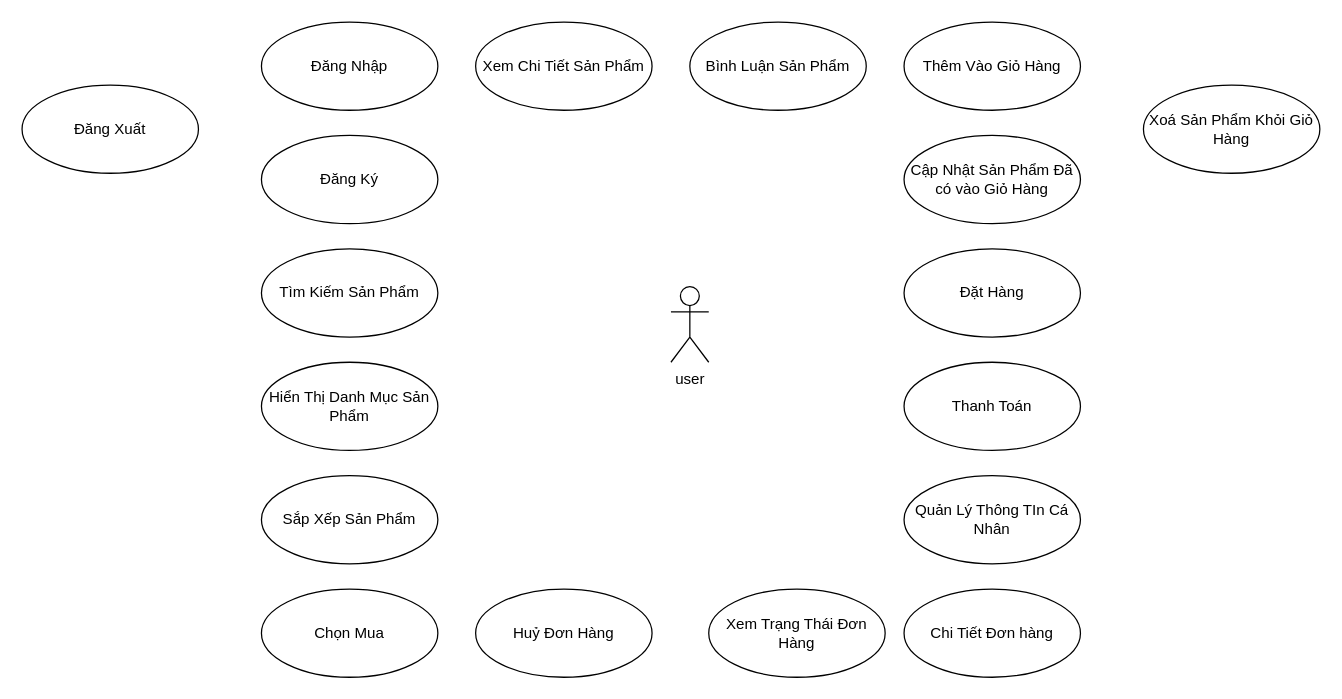
This is UseCase.drawio from AnPH13/ANDROID, a draw.io file, before an edit. Source tidied: cells renumbered, new cells numbered last; positions are measured from the earlier drawing's top-left corner, leaving out a move shared by most shapes. Both pictures are drawn from the tidied source at 126%, with x=0, y=0 at pixel (21, 21).
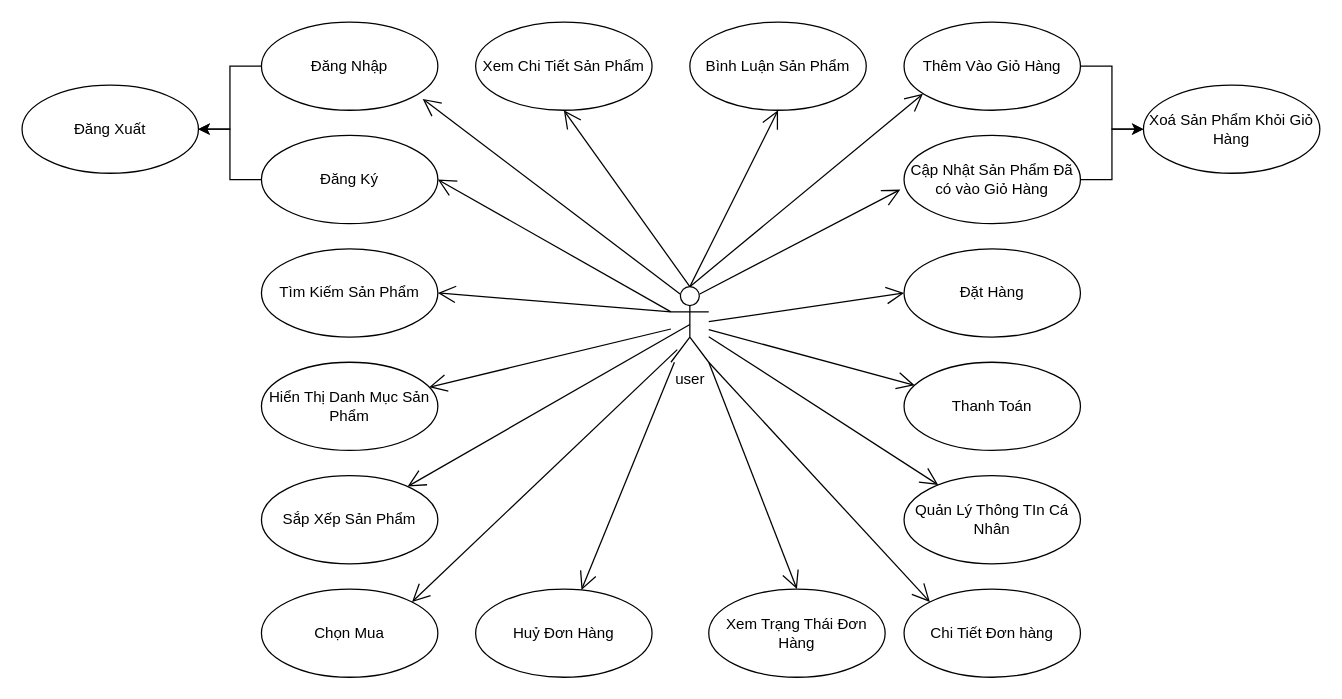
After the change.

The change refers to these unchanged cells:
```xml
<mxCell id="2" value="user&lt;br&gt;" style="shape=umlActor;verticalLabelPosition=bottom;verticalAlign=top;html=1;outlineConnect=0;" parent="1" vertex="1">
  <mxGeometry x="515" y="210" width="30" height="60" as="geometry" />
</mxCell>
<mxCell id="3" value="Đăng Nhập" style="ellipse;whiteSpace=wrap;html=1;" parent="1" vertex="1">
  <mxGeometry x="190" width="140" height="70" as="geometry" />
</mxCell>
<mxCell id="4" value="Đăng Ký" style="ellipse;whiteSpace=wrap;html=1;" parent="1" vertex="1">
  <mxGeometry x="190" y="90" width="140" height="70" as="geometry" />
</mxCell>
<mxCell id="5" value="Đăng Xuất" style="ellipse;whiteSpace=wrap;html=1;" parent="1" vertex="1">
  <mxGeometry y="50" width="140" height="70" as="geometry" />
</mxCell>
<mxCell id="6" value="Tìm Kiếm Sản Phẩm" style="ellipse;whiteSpace=wrap;html=1;" parent="1" vertex="1">
  <mxGeometry x="190" y="180" width="140" height="70" as="geometry" />
</mxCell>
<mxCell id="7" value="Hiển Thị Danh Mục Sản Phẩm" style="ellipse;whiteSpace=wrap;html=1;" parent="1" vertex="1">
  <mxGeometry x="190" y="270" width="140" height="70" as="geometry" />
</mxCell>
<mxCell id="8" value="Sắp Xếp Sản Phẩm" style="ellipse;whiteSpace=wrap;html=1;" parent="1" vertex="1">
  <mxGeometry x="190" y="360" width="140" height="70" as="geometry" />
</mxCell>
<mxCell id="9" value="Chọn Mua" style="ellipse;whiteSpace=wrap;html=1;" parent="1" vertex="1">
  <mxGeometry x="190" y="450" width="140" height="70" as="geometry" />
</mxCell>
<mxCell id="10" value="Xem Chi Tiết Sản Phẩm" style="ellipse;whiteSpace=wrap;html=1;" parent="1" vertex="1">
  <mxGeometry x="360" width="140" height="70" as="geometry" />
</mxCell>
<mxCell id="11" value="Bình Luận Sản Phẩm" style="ellipse;whiteSpace=wrap;html=1;" parent="1" vertex="1">
  <mxGeometry x="530" width="140" height="70" as="geometry" />
</mxCell>
<mxCell id="12" value="Thêm Vào Giỏ Hàng" style="ellipse;whiteSpace=wrap;html=1;" parent="1" vertex="1">
  <mxGeometry x="700" width="140" height="70" as="geometry" />
</mxCell>
<mxCell id="13" value="Cập Nhật Sản Phẩm Đã có vào Giỏ Hàng" style="ellipse;whiteSpace=wrap;html=1;" parent="1" vertex="1">
  <mxGeometry x="700" y="90" width="140" height="70" as="geometry" />
</mxCell>
<mxCell id="14" value="Xoá Sản Phẩm Khỏi Giỏ Hàng" style="ellipse;whiteSpace=wrap;html=1;" parent="1" vertex="1">
  <mxGeometry x="890" y="50" width="140" height="70" as="geometry" />
</mxCell>
<mxCell id="15" value="Đặt Hàng" style="ellipse;whiteSpace=wrap;html=1;" parent="1" vertex="1">
  <mxGeometry x="700" y="180" width="140" height="70" as="geometry" />
</mxCell>
<mxCell id="16" value="Thanh Toán" style="ellipse;whiteSpace=wrap;html=1;" parent="1" vertex="1">
  <mxGeometry x="700" y="270" width="140" height="70" as="geometry" />
</mxCell>
<mxCell id="17" value="Quản Lý Thông TIn Cá Nhân" style="ellipse;whiteSpace=wrap;html=1;" parent="1" vertex="1">
  <mxGeometry x="700" y="360" width="140" height="70" as="geometry" />
</mxCell>
<mxCell id="18" value="Chi Tiết Đơn hàng" style="ellipse;whiteSpace=wrap;html=1;" parent="1" vertex="1">
  <mxGeometry x="700" y="450" width="140" height="70" as="geometry" />
</mxCell>
<mxCell id="20" value="Huỷ Đơn Hàng" style="ellipse;whiteSpace=wrap;html=1;" parent="1" vertex="1">
  <mxGeometry x="360" y="450" width="140" height="70" as="geometry" />
</mxCell>
```

Diff of the diagram source:
```diff
@@
+    <mxCell id="21" style="edgeStyle=orthogonalEdgeStyle;rounded=0;jettySize=auto;html=1;" parent="1" edge="1" source="3" target="5">
+      <mxGeometry relative="1" as="geometry" />
+    </mxCell>
@@
+    <mxCell id="22" style="edgeStyle=orthogonalEdgeStyle;rounded=0;jettySize=auto;html=1;" parent="1" edge="1" source="4" target="5">
+      <mxGeometry relative="1" as="geometry" />
+    </mxCell>
@@
+    <mxCell id="23" style="edgeStyle=orthogonalEdgeStyle;rounded=0;jettySize=auto;html=1;" parent="1" edge="1" source="12" target="14">
+      <mxGeometry relative="1" as="geometry" />
+    </mxCell>
@@
+    <mxCell id="24" style="edgeStyle=orthogonalEdgeStyle;rounded=0;jettySize=auto;html=1;" parent="1" edge="1" source="13" target="14">
+      <mxGeometry relative="1" as="geometry" />
+    </mxCell>
@@
+    <mxCell id="25" style="endArrow=open;endFill=1;endSize=12;html=1;rounded=0;entryX=0;entryY=0.5;entryDx=0;entryDy=0;" parent="1" edge="1" source="2" target="15">
+      <mxGeometry relative="1" as="geometry" />
+    </mxCell>
+    <mxCell id="26" style="endArrow=open;endFill=1;endSize=12;html=1;rounded=0;entryX=-0.021;entryY=0.614;entryDx=0;entryDy=0;exitX=0.75;exitY=0.1;exitDx=0;exitDy=0;exitPerimeter=0;entryPerimeter=0;" parent="1" edge="1" source="2" target="13">
+      <mxGeometry relative="1" as="geometry" />
+    </mxCell>
+    <mxCell id="27" style="endArrow=open;endFill=1;endSize=12;html=1;rounded=0;entryX=0.107;entryY=0.814;entryDx=0;entryDy=0;exitX=0.5;exitY=0;exitDx=0;exitDy=0;exitPerimeter=0;entryPerimeter=0;" parent="1" edge="1" source="2" target="12">
+      <mxGeometry relative="1" as="geometry" />
+    </mxCell>
+    <mxCell id="28" style="endArrow=open;endFill=1;endSize=12;html=1;rounded=0;entryX=0.5;entryY=1;entryDx=0;entryDy=0;exitX=0.5;exitY=0;exitDx=0;exitDy=0;exitPerimeter=0;" parent="1" edge="1" source="2" target="11">
+      <mxGeometry relative="1" as="geometry" />
+    </mxCell>
+    <mxCell id="29" style="endArrow=open;endFill=1;endSize=12;html=1;rounded=0;entryX=0.5;entryY=1;entryDx=0;entryDy=0;exitX=0.5;exitY=0;exitDx=0;exitDy=0;exitPerimeter=0;" parent="1" edge="1" source="2" target="10">
+      <mxGeometry relative="1" as="geometry" />
+    </mxCell>
+    <mxCell id="30" style="endArrow=open;endFill=1;endSize=12;html=1;rounded=0;entryX=0.914;entryY=0.871;entryDx=0;entryDy=0;exitX=0.25;exitY=0.1;exitDx=0;exitDy=0;exitPerimeter=0;entryPerimeter=0;" parent="1" edge="1" source="2" target="3">
+      <mxGeometry relative="1" as="geometry" />
+    </mxCell>
+    <mxCell id="31" style="endArrow=open;endFill=1;endSize=12;html=1;rounded=0;entryX=1;entryY=0.5;entryDx=0;entryDy=0;exitX=0;exitY=0.3333333333333333;exitDx=0;exitDy=0;exitPerimeter=0;" parent="1" edge="1" source="2" target="4">
+      <mxGeometry relative="1" as="geometry" />
+    </mxCell>
+    <mxCell id="32" style="endArrow=open;endFill=1;endSize=12;html=1;rounded=0;entryX=1;entryY=0.5;entryDx=0;entryDy=0;exitX=0;exitY=0.3333333333333333;exitDx=0;exitDy=0;exitPerimeter=0;" parent="1" edge="1" source="2" target="6">
+      <mxGeometry relative="1" as="geometry" />
+    </mxCell>
+    <mxCell id="33" style="endArrow=open;endFill=1;endSize=12;html=1;rounded=0;" parent="1" edge="1" source="2" target="7">
+      <mxGeometry relative="1" as="geometry" />
+    </mxCell>
+    <mxCell id="34" style="endArrow=open;endFill=1;endSize=12;html=1;rounded=0;exitX=0.5;exitY=0.5;exitDx=0;exitDy=0;exitPerimeter=0;" parent="1" edge="1" source="2" target="8">
+      <mxGeometry relative="1" as="geometry" />
+    </mxCell>
+    <mxCell id="35" style="endArrow=open;endFill=1;endSize=12;html=1;rounded=0;exitX=0.167;exitY=0.833;exitDx=0;exitDy=0;exitPerimeter=0;entryX=1;entryY=0;entryDx=0;entryDy=0;" parent="1" edge="1" source="2" target="9">
+      <mxGeometry relative="1" as="geometry" />
+    </mxCell>
+    <mxCell id="36" style="endArrow=open;endFill=1;endSize=12;html=1;rounded=0;" parent="1" edge="1" source="2" target="20">
+      <mxGeometry relative="1" as="geometry" />
+    </mxCell>
+    <mxCell id="37" style="endArrow=open;endFill=1;endSize=12;html=1;rounded=0;entryX=0.5;entryY=0;entryDx=0;entryDy=0;exitX=1;exitY=1;exitDx=0;exitDy=0;exitPerimeter=0;" parent="1" edge="1">
+      <mxGeometry relative="1" as="geometry">
+        <mxPoint x="545" y="270" as="sourcePoint" />
+        <mxPoint x="615" y="450" as="targetPoint" />
+      </mxGeometry>
+    </mxCell>
+    <mxCell id="38" style="endArrow=open;endFill=1;endSize=12;html=1;rounded=0;entryX=0;entryY=0;entryDx=0;entryDy=0;exitX=1;exitY=1;exitDx=0;exitDy=0;exitPerimeter=0;" parent="1" edge="1" source="2" target="18">
+      <mxGeometry relative="1" as="geometry" />
+    </mxCell>
+    <mxCell id="39" style="endArrow=open;endFill=1;endSize=12;html=1;rounded=0;" parent="1" edge="1" source="2" target="17">
+      <mxGeometry relative="1" as="geometry" />
+    </mxCell>
+    <mxCell id="40" style="endArrow=open;endFill=1;endSize=12;html=1;rounded=0;" parent="1" edge="1" source="2" target="16">
+      <mxGeometry relative="1" as="geometry" />
+    </mxCell>
```
